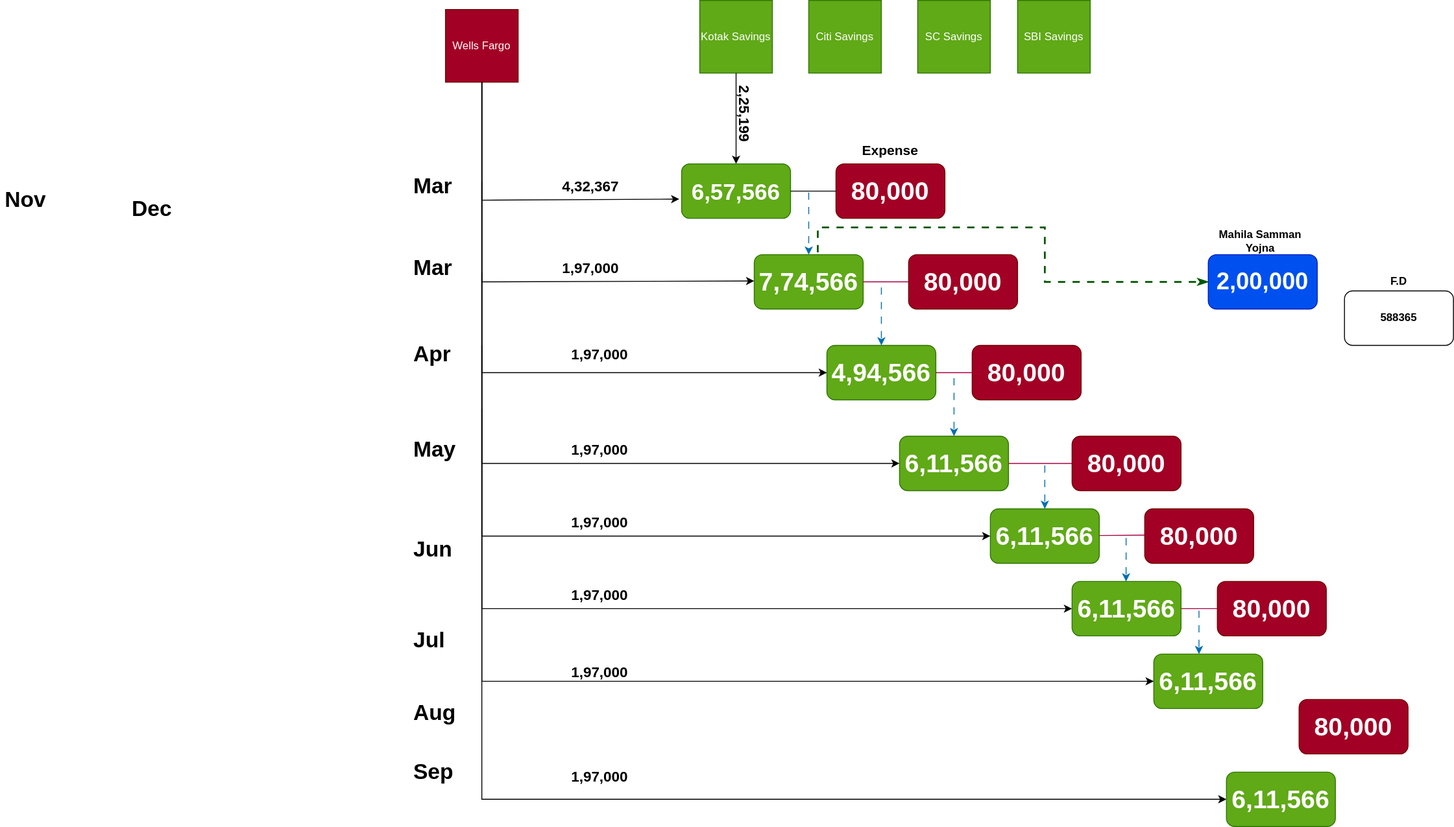
The draw.io diagram Investments.drawio.svg in uchiharizvi/design-diagrams, before a commit. Source tidied: cells renumbered, new cells last; positions are measured from the earlier drawing's top-left corner, leaving out a move shared by most shapes.
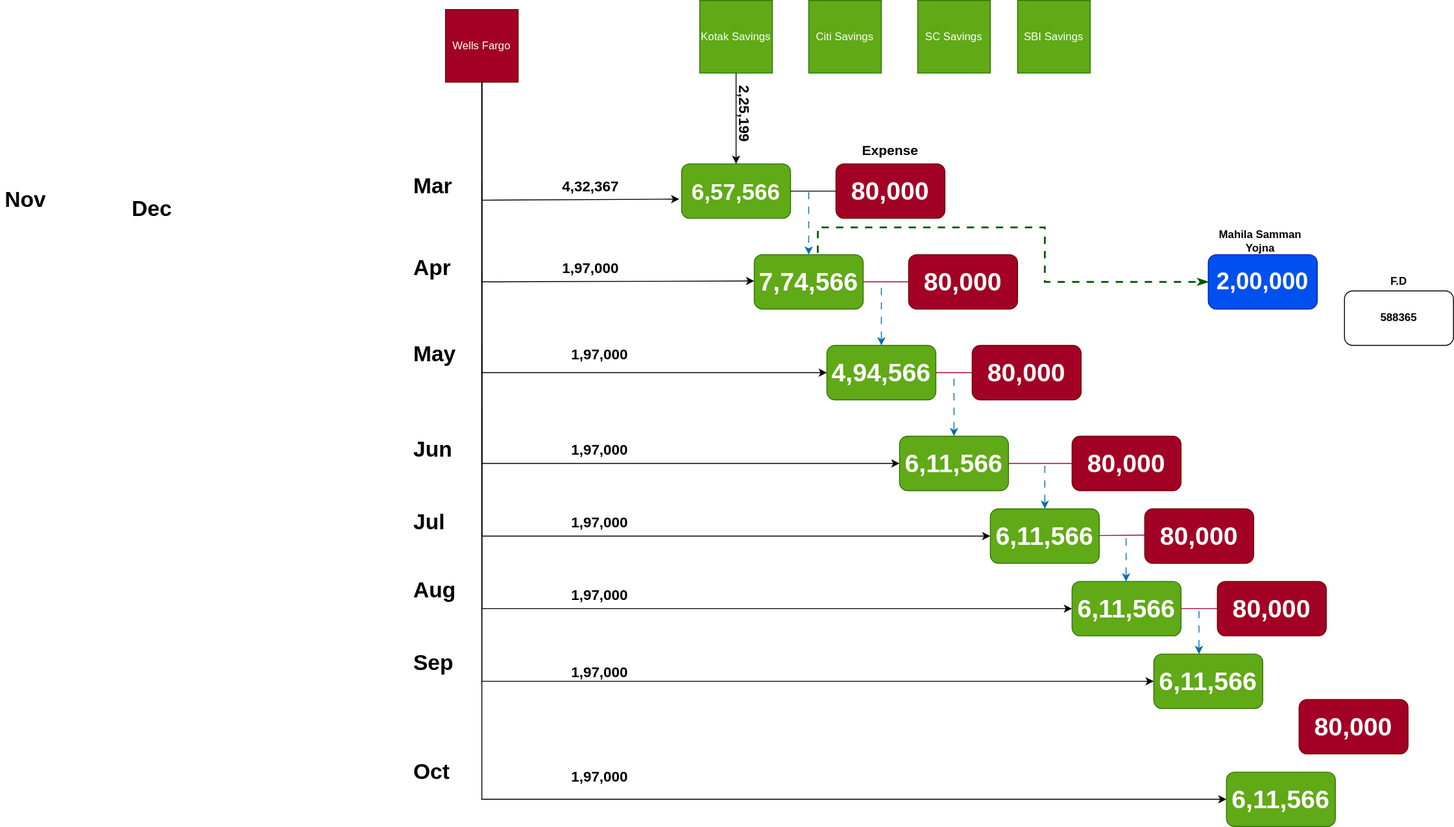
The same file after the commit.

The edit, as a diff of the source:
```diff
@@ -39,7 +39,7 @@
     <mxCell id="12" value="&lt;font style=&quot;font-size: 28px;&quot;&gt;7,74,566&lt;/font&gt;" style="rounded=1;whiteSpace=wrap;html=1;fontStyle=1;fillColor=#60a917;fontColor=#ffffff;strokeColor=#2D7600;" parent="1" vertex="1">
       <mxGeometry x="830" y="280" width="120" height="60" as="geometry" />
     </mxCell>
-    <mxCell id="13" value="&lt;h1&gt;Mar&lt;/h1&gt;" style="text;html=1;spacing=5;spacingTop=-20;whiteSpace=wrap;overflow=hidden;rounded=0;" parent="1" vertex="1">
+    <mxCell id="13" value="&lt;h1&gt;Apr&lt;/h1&gt;" style="text;html=1;spacing=5;spacingTop=-20;whiteSpace=wrap;overflow=hidden;rounded=0;" parent="1" vertex="1">
       <mxGeometry x="450" y="275" width="70" height="40" as="geometry" />
     </mxCell>
     <mxCell id="14" value="&lt;h1&gt;Mar&lt;/h1&gt;" style="text;html=1;spacing=5;spacingTop=-20;whiteSpace=wrap;overflow=hidden;rounded=0;" parent="1" vertex="1">
@@ -66,7 +66,7 @@
     <mxCell id="19" value="&lt;font style=&quot;font-size: 16px;&quot;&gt;1,97,000&lt;/font&gt;" style="text;html=1;align=center;verticalAlign=middle;whiteSpace=wrap;rounded=0;fontStyle=1;" parent="1" vertex="1">
       <mxGeometry x="630" y="375" width="60" height="30" as="geometry" />
     </mxCell>
-    <mxCell id="20" value="&lt;h1&gt;Apr&lt;/h1&gt;" style="text;html=1;spacing=5;spacingTop=-20;whiteSpace=wrap;overflow=hidden;rounded=0;" parent="1" vertex="1">
+    <mxCell id="20" value="&lt;h1&gt;May&lt;/h1&gt;" style="text;html=1;spacing=5;spacingTop=-20;whiteSpace=wrap;overflow=hidden;rounded=0;" parent="1" vertex="1">
       <mxGeometry x="450" y="370" width="110" height="40" as="geometry" />
     </mxCell>
     <mxCell id="21" value="&lt;font style=&quot;font-size: 28px;&quot;&gt;80,000&lt;/font&gt;" style="rounded=1;whiteSpace=wrap;html=1;fontStyle=1;fillColor=#a20025;fontColor=#ffffff;strokeColor=#6F0000;" parent="1" vertex="1">
@@ -75,7 +75,7 @@
     <mxCell id="22" value="&lt;font style=&quot;font-size: 28px;&quot;&gt;6,11,566&lt;/font&gt;" style="rounded=1;whiteSpace=wrap;html=1;fontStyle=1;fillColor=#60a917;fontColor=#ffffff;strokeColor=#2D7600;" parent="1" vertex="1">
       <mxGeometry x="990" y="480" width="120" height="60" as="geometry" />
     </mxCell>
-    <mxCell id="23" value="&lt;h1&gt;May&lt;/h1&gt;" style="text;html=1;spacing=5;spacingTop=-20;whiteSpace=wrap;overflow=hidden;rounded=0;" parent="1" vertex="1">
+    <mxCell id="23" value="&lt;h1&gt;Jun&lt;/h1&gt;" style="text;html=1;spacing=5;spacingTop=-20;whiteSpace=wrap;overflow=hidden;rounded=0;" parent="1" vertex="1">
       <mxGeometry x="450" y="475" width="110" height="40" as="geometry" />
     </mxCell>
     <mxCell id="24" style="endArrow=none;html=1;rounded=0;exitX=1;exitY=0.5;exitDx=0;exitDy=0;entryX=0;entryY=0.5;entryDx=0;entryDy=0;fillColor=#d80073;strokeColor=#A50040;" parent="1" edge="1" source="12" target="16">
@@ -161,17 +161,17 @@
         <mxPoint x="1110" y="510" as="sourcePoint" />
       </mxGeometry>
     </mxCell>
-    <mxCell id="42" value="&lt;h1&gt;Jun&lt;/h1&gt;" style="text;html=1;spacing=5;spacingTop=-20;whiteSpace=wrap;overflow=hidden;rounded=0;" parent="1" vertex="1">
-      <mxGeometry x="450" y="585" width="110" height="40" as="geometry" />
+    <mxCell id="42" value="&lt;h1&gt;Jul&lt;/h1&gt;" style="text;html=1;spacing=5;spacingTop=-20;whiteSpace=wrap;overflow=hidden;rounded=0;" parent="1" vertex="1">
+      <mxGeometry x="450" y="555" width="110" height="40" as="geometry" />
     </mxCell>
-    <mxCell id="43" value="&lt;h1&gt;Sep&lt;/h1&gt;" style="text;html=1;spacing=5;spacingTop=-20;whiteSpace=wrap;overflow=hidden;rounded=0;" parent="1" vertex="1">
+    <mxCell id="43" value="&lt;h1&gt;Oct&lt;/h1&gt;" style="text;html=1;spacing=5;spacingTop=-20;whiteSpace=wrap;overflow=hidden;rounded=0;" parent="1" vertex="1">
       <mxGeometry x="450" y="830" width="110" height="40" as="geometry" />
     </mxCell>
-    <mxCell id="44" value="&lt;h1&gt;Jul&lt;/h1&gt;" style="text;html=1;spacing=5;spacingTop=-20;whiteSpace=wrap;overflow=hidden;rounded=0;" parent="1" vertex="1">
-      <mxGeometry x="450" y="685" width="110" height="40" as="geometry" />
+    <mxCell id="44" value="&lt;h1&gt;Aug&lt;/h1&gt;" style="text;html=1;spacing=5;spacingTop=-20;whiteSpace=wrap;overflow=hidden;rounded=0;" parent="1" vertex="1">
+      <mxGeometry x="450" y="630" width="110" height="40" as="geometry" />
     </mxCell>
-    <mxCell id="45" value="&lt;h1&gt;Aug&lt;/h1&gt;" style="text;html=1;spacing=5;spacingTop=-20;whiteSpace=wrap;overflow=hidden;rounded=0;" parent="1" vertex="1">
-      <mxGeometry x="450" y="765" width="110" height="40" as="geometry" />
+    <mxCell id="45" value="&lt;h1&gt;Sep&lt;/h1&gt;" style="text;html=1;spacing=5;spacingTop=-20;whiteSpace=wrap;overflow=hidden;rounded=0;" parent="1" vertex="1">
+      <mxGeometry x="450" y="710" width="110" height="40" as="geometry" />
     </mxCell>
     <mxCell id="46" value="&lt;h1&gt;Dec&lt;/h1&gt;" style="text;html=1;spacing=5;spacingTop=-20;whiteSpace=wrap;overflow=hidden;rounded=0;" parent="1" vertex="1">
       <mxGeometry x="140" y="210" width="110" height="40" as="geometry" />
```
